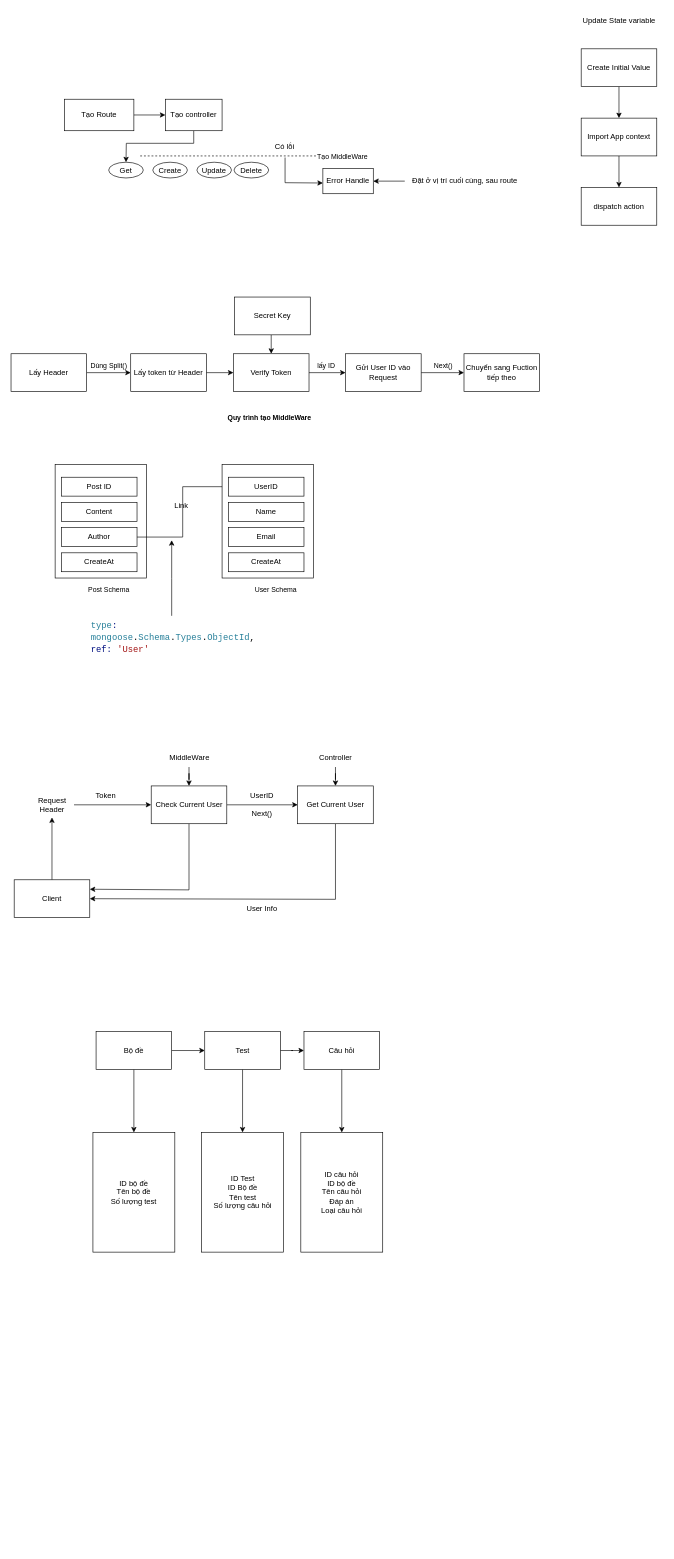
Before: Untitled Diagram.drawio in sqhqk58/IELTS, a draw.io diagram. Source tidied: cells renumbered, new cells numbered last; positions are measured from the earlier drawing's top-left corner, leaving out a move shared by most shapes. Both pictures are drawn from the tidied source at 63%, with x=0, y=0 at pixel (11, 11).
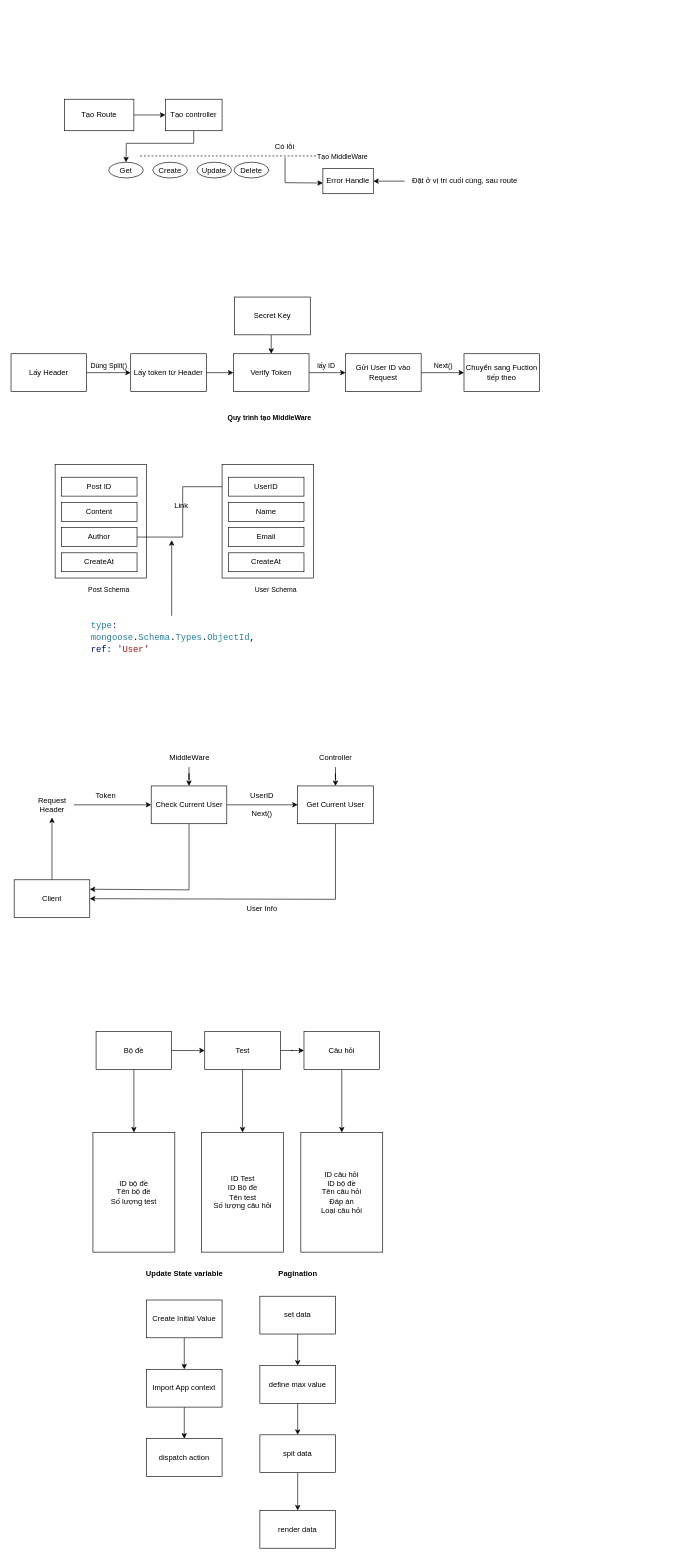
After the change.

Diff of the diagram source:
```diff
@@
     <mxCell id="77" value="Create Initial Value" style="whiteSpace=wrap;html=1;" parent="1" vertex="1">
-      <mxGeometry x="905" y="60" width="120" height="60" as="geometry" />
+      <mxGeometry x="215" y="2046" width="120" height="60" as="geometry" />
     </mxCell>
@@
     <mxCell id="79" value="Import App context" style="whiteSpace=wrap;html=1;" parent="1" vertex="1">
-      <mxGeometry x="905" y="170" width="120" height="60" as="geometry" />
+      <mxGeometry x="215" y="2156" width="120" height="60" as="geometry" />
     </mxCell>
     <mxCell id="80" value="dispatch action" style="whiteSpace=wrap;html=1;" parent="1" vertex="1">
-      <mxGeometry x="905" y="280" width="120" height="60" as="geometry" />
+      <mxGeometry x="215" y="2266" width="120" height="60" as="geometry" />
     </mxCell>
-    <mxCell id="81" value="Update State variable" style="text;html=1;align=center;verticalAlign=middle;strokeColor=none;fillColor=none;" parent="1" vertex="1">
-      <mxGeometry x="895" width="140" height="30" as="geometry" />
+    <mxCell id="81" value="Update State variable" style="text;html=1;align=center;verticalAlign=middle;strokeColor=none;fillColor=none;fontStyle=1;" parent="1" vertex="1">
+      <mxGeometry x="200" y="1990" width="150" height="30" as="geometry" />
     </mxCell>
+    <mxCell id="82" style="edgeStyle=orthogonalEdgeStyle;rounded=0;jettySize=auto;html=1;entryX=0.5;entryY=0;entryDx=0;entryDy=0;" parent="1" edge="1" source="83" target="85">
+      <mxGeometry relative="1" as="geometry" />
+    </mxCell>
+    <mxCell id="83" value="set data" style="whiteSpace=wrap;html=1;" parent="1" vertex="1">
+      <mxGeometry x="395" y="2040" width="120" height="60" as="geometry" />
+    </mxCell>
+    <mxCell id="84" style="edgeStyle=orthogonalEdgeStyle;rounded=0;jettySize=auto;html=1;entryX=0.5;entryY=0;entryDx=0;entryDy=0;" parent="1" edge="1" source="85" target="87">
+      <mxGeometry relative="1" as="geometry" />
+    </mxCell>
+    <mxCell id="85" value="define max value" style="whiteSpace=wrap;html=1;" parent="1" vertex="1">
+      <mxGeometry x="395" y="2150" width="120" height="60" as="geometry" />
+    </mxCell>
+    <mxCell id="86" style="edgeStyle=orthogonalEdgeStyle;rounded=0;jettySize=auto;html=1;entryX=0.5;entryY=0;entryDx=0;entryDy=0;" parent="1" edge="1" source="87" target="88">
+      <mxGeometry relative="1" as="geometry" />
+    </mxCell>
+    <mxCell id="87" value="spit data" style="whiteSpace=wrap;html=1;" parent="1" vertex="1">
+      <mxGeometry x="395" y="2260" width="120" height="60" as="geometry" />
+    </mxCell>
+    <mxCell id="88" value="render data" style="whiteSpace=wrap;html=1;" parent="1" vertex="1">
+      <mxGeometry x="395" y="2380" width="120" height="60" as="geometry" />
+    </mxCell>
+    <mxCell id="89" value="Pagination" style="text;html=1;align=center;verticalAlign=middle;strokeColor=none;fillColor=none;fontStyle=1;" parent="1" vertex="1">
+      <mxGeometry x="415" y="1990" width="80" height="30" as="geometry" />
+    </mxCell>
```
